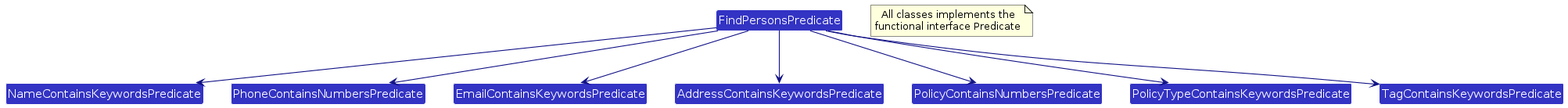
AY2425S2-CS2103-F08-2/tp keeps this PlantUML diagram as diagrams/FindPersonPredicateClassDiagram.png. Above is the earlier version. Its source is kept beside it as diagrams/FindPersonPredicateClassDiagram.puml.
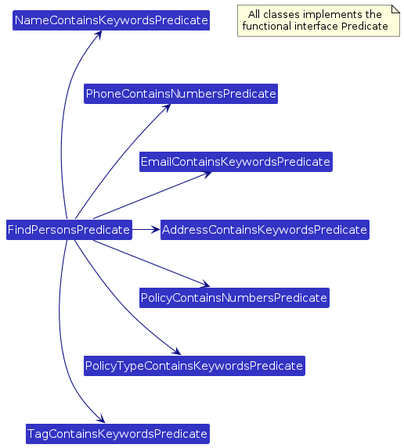
Later version of the same file.

What changed in the source:
```diff
@@ -4,7 +4,7 @@
 skinparam arrowColor LOGIC_COLOR_T4
 skinparam classBackgroundColor LOGIC_COLOR
 
-class FindPersonsPredicate {}
+class FindPersonsPredicate
 class NameContainsKeywordsPredicate
 class PhoneContainsNumbersPredicate
 class EmailContainsKeywordsPredicate
@@ -13,13 +13,20 @@
 class PolicyTypeContainsKeywordsPredicate
 class TagContainsKeywordsPredicate
 
-FindPersonsPredicate --> NameContainsKeywordsPredicate
-FindPersonsPredicate --> PhoneContainsNumbersPredicate
-FindPersonsPredicate --> EmailContainsKeywordsPredicate
-FindPersonsPredicate --> AddressContainsKeywordsPredicate
-FindPersonsPredicate --> PolicyContainsNumbersPredicate
-FindPersonsPredicate --> PolicyTypeContainsKeywordsPredicate
-FindPersonsPredicate --> TagContainsKeywordsPredicate
+FindPersonsPredicate -up-> NameContainsKeywordsPredicate
+FindPersonsPredicate -up-> PhoneContainsNumbersPredicate
+FindPersonsPredicate -up-> EmailContainsKeywordsPredicate
+FindPersonsPredicate -right-> AddressContainsKeywordsPredicate
+FindPersonsPredicate -down-> PolicyContainsNumbersPredicate
+FindPersonsPredicate -down-> PolicyTypeContainsKeywordsPredicate
+FindPersonsPredicate -down-> TagContainsKeywordsPredicate
+
+PhoneContainsNumbersPredicate -up[hidden]-> NameContainsKeywordsPredicate
+EmailContainsKeywordsPredicate -up[hidden]-> PhoneContainsNumbersPredicate
+AddressContainsKeywordsPredicate -up[hidden]-> EmailContainsKeywordsPredicate
+AddressContainsKeywordsPredicate -down[hidden]-> PolicyContainsNumbersPredicate
+PolicyContainsNumbersPredicate -down[hidden]-> PolicyTypeContainsKeywordsPredicate
+PolicyTypeContainsKeywordsPredicate -down[hidden]-> TagContainsKeywordsPredicate
 
 note "All classes implements the\nfunctional interface Predicate" as Note
 
```
